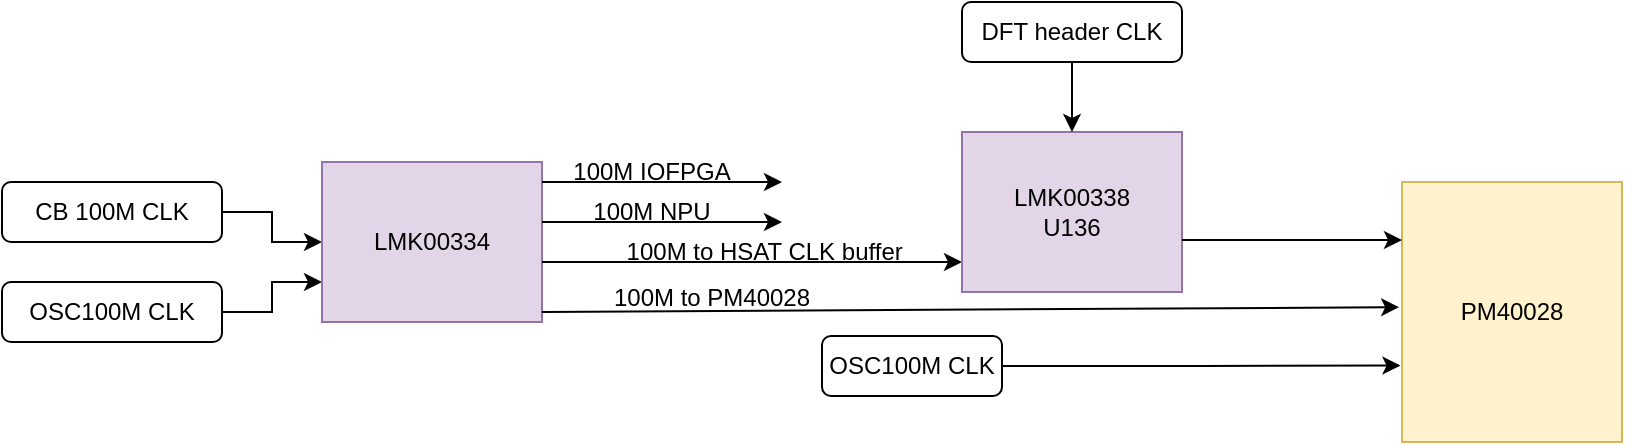
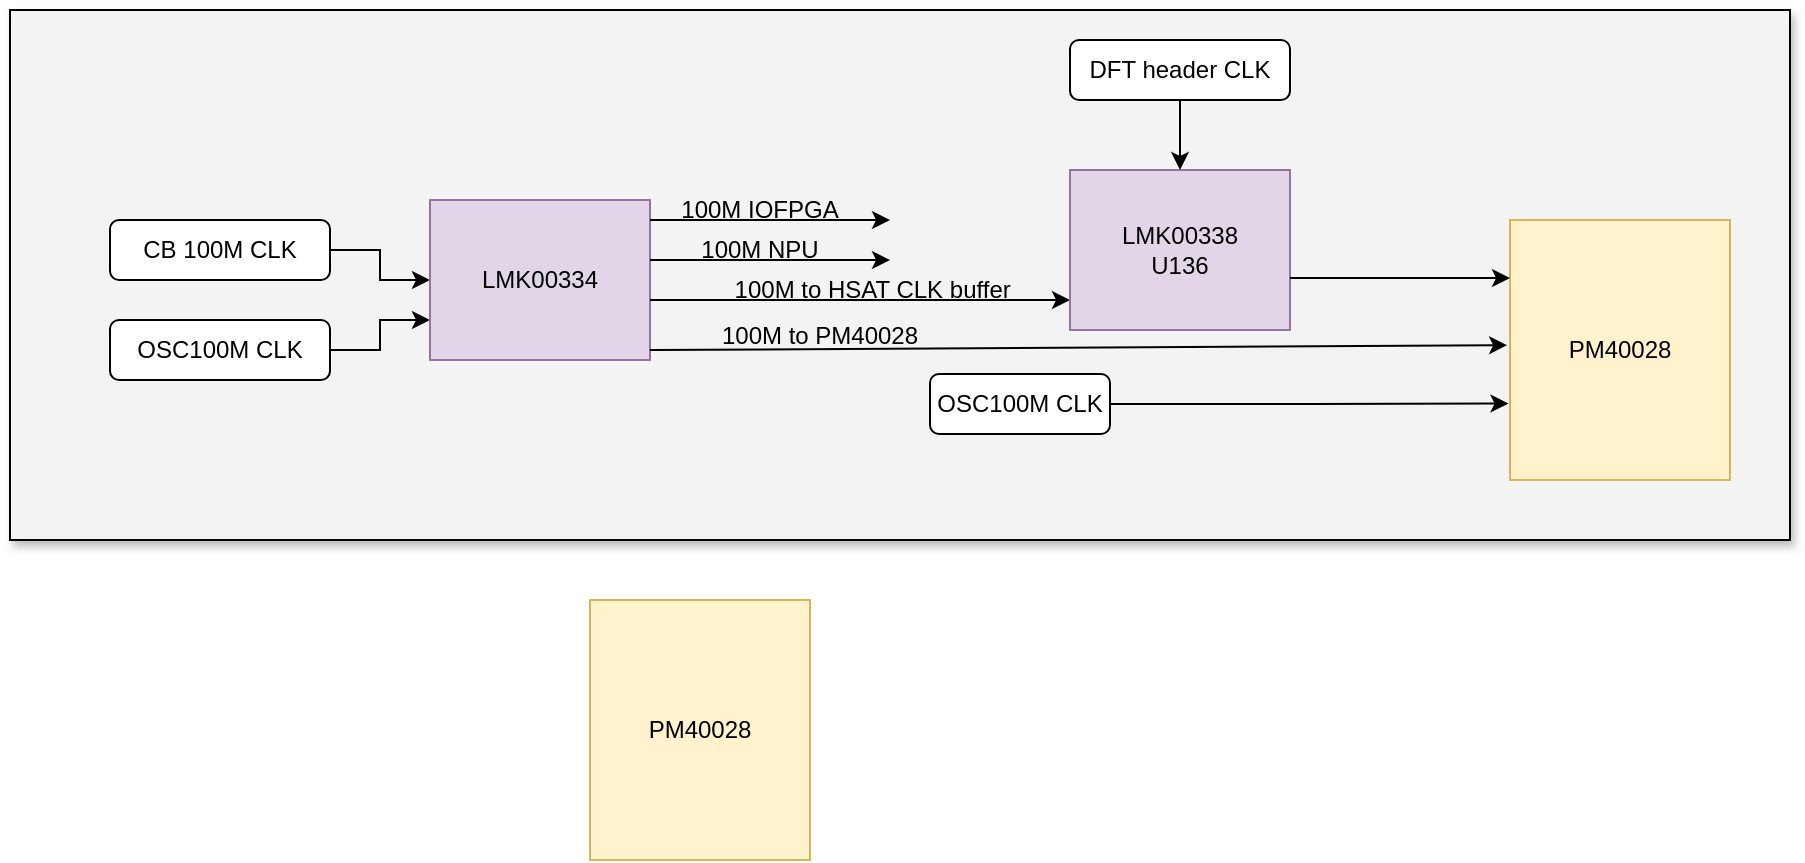
<mxfile host="app.diagrams.net">
  <diagram name="Page-1" id="cJ1i2ZrDSGZ8loSRIs3i">
    <mxGraphModel dx="1005" dy="500" grid="1" gridSize="10" guides="1" tooltips="1" connect="1" arrows="1" fold="1" page="1" pageScale="1" pageWidth="850" pageHeight="1100" math="0" shadow="0">
      <root>
        <mxCell id="0" />
        <mxCell id="1" parent="0" />
+         <mxCell id="sCWqNb8X9fbYyOMFXr9O-35" parent="1" style="rounded=0;whiteSpace=wrap;html=1;shadow=1;fillColor=#F3F3F3;" value="" vertex="1">
+           <mxGeometry height="265" width="890" x="150" y="95" as="geometry" />
+         </mxCell>
        <mxCell id="sCWqNb8X9fbYyOMFXr9O-10" edge="1" parent="1" source="sCWqNb8X9fbYyOMFXr9O-2" style="edgeStyle=orthogonalEdgeStyle;rounded=0;orthogonalLoop=1;jettySize=auto;html=1;exitX=1;exitY=0.5;exitDx=0;exitDy=0;" target="sCWqNb8X9fbYyOMFXr9O-5">
          <mxGeometry relative="1" as="geometry" />
        </mxCell>
        <mxCell id="sCWqNb8X9fbYyOMFXr9O-2" parent="1" style="rounded=1;whiteSpace=wrap;html=1;" value="CB 100M CLK" vertex="1">
          <mxGeometry height="30" width="110" x="200" y="200" as="geometry" />
        </mxCell>
        <mxCell id="sCWqNb8X9fbYyOMFXr9O-9" edge="1" parent="1" source="sCWqNb8X9fbYyOMFXr9O-3" style="edgeStyle=orthogonalEdgeStyle;rounded=0;orthogonalLoop=1;jettySize=auto;html=1;exitX=1;exitY=0.5;exitDx=0;exitDy=0;entryX=0;entryY=0.75;entryDx=0;entryDy=0;" target="sCWqNb8X9fbYyOMFXr9O-5">
          <mxGeometry relative="1" as="geometry" />
        </mxCell>
        <mxCell id="sCWqNb8X9fbYyOMFXr9O-3" parent="1" style="rounded=1;whiteSpace=wrap;html=1;" value="OSC100M CLK" vertex="1">
          <mxGeometry height="30" width="110" x="200" y="250" as="geometry" />
        </mxCell>
        <mxCell id="sCWqNb8X9fbYyOMFXr9O-5" parent="1" style="rounded=0;whiteSpace=wrap;html=1;fillColor=#e1d5e7;strokeColor=#9673a6;" value="&lt;span style=&quot;text-align: left;&quot;&gt;LMK00334&lt;/span&gt;" vertex="1">
          <mxGeometry height="80" width="110" x="360" y="190" as="geometry" />
        </mxCell>
        <mxCell id="sCWqNb8X9fbYyOMFXr9O-11" edge="1" parent="1" style="endArrow=classic;html=1;rounded=0;" value="">
          <mxGeometry height="50" relative="1" width="50" as="geometry">
            <mxPoint x="470" y="200" as="sourcePoint" />
            <mxPoint x="590" y="200" as="targetPoint" />
          </mxGeometry>
        </mxCell>
        <mxCell id="sCWqNb8X9fbYyOMFXr9O-12" parent="1" style="text;html=1;whiteSpace=wrap;strokeColor=none;fillColor=none;align=center;verticalAlign=middle;rounded=0;" value="100M IOFPGA" vertex="1">
          <mxGeometry height="30" width="100" x="475" y="180" as="geometry" />
        </mxCell>
        <mxCell id="sCWqNb8X9fbYyOMFXr9O-13" edge="1" parent="1" style="endArrow=classic;html=1;rounded=0;" value="">
          <mxGeometry height="50" relative="1" width="50" as="geometry">
            <mxPoint x="470" y="220" as="sourcePoint" />
            <mxPoint x="590" y="220" as="targetPoint" />
          </mxGeometry>
        </mxCell>
        <mxCell id="sCWqNb8X9fbYyOMFXr9O-14" parent="1" style="text;html=1;whiteSpace=wrap;strokeColor=none;fillColor=none;align=center;verticalAlign=middle;rounded=0;" value="100M NPU" vertex="1">
          <mxGeometry height="30" width="200" x="425" y="200" as="geometry" />
        </mxCell>
        <mxCell id="sCWqNb8X9fbYyOMFXr9O-17" edge="1" parent="1" style="endArrow=classic;html=1;rounded=0;" value="">
          <mxGeometry height="50" relative="1" width="50" as="geometry">
            <mxPoint x="470" y="240" as="sourcePoint" />
            <mxPoint x="680" y="240" as="targetPoint" />
          </mxGeometry>
        </mxCell>
        <mxCell id="sCWqNb8X9fbYyOMFXr9O-18" parent="1" style="text;html=1;whiteSpace=wrap;strokeColor=none;fillColor=none;align=center;verticalAlign=middle;rounded=0;" value="100M to HSAT CLK buffer&amp;nbsp;" vertex="1">
          <mxGeometry height="30" width="230" x="468" y="220" as="geometry" />
        </mxCell>
        <mxCell id="sCWqNb8X9fbYyOMFXr9O-21" parent="1" style="text;html=1;whiteSpace=wrap;strokeColor=none;fillColor=none;align=center;verticalAlign=middle;rounded=0;" value="100M to PM40028" vertex="1">
          <mxGeometry height="30" width="230" x="440" y="243" as="geometry" />
        </mxCell>
        <mxCell id="sCWqNb8X9fbYyOMFXr9O-23" parent="1" style="rounded=1;whiteSpace=wrap;html=1;" value="OSC100M CLK" vertex="1">
          <mxGeometry height="30" width="90" x="610" y="277" as="geometry" />
        </mxCell>
        <mxCell id="sCWqNb8X9fbYyOMFXr9O-24" parent="1" style="rounded=0;whiteSpace=wrap;html=1;fillColor=#fff2cc;strokeColor=#d6b656;" value="&lt;span style=&quot;text-align: left;&quot;&gt;PM40028&lt;/span&gt;" vertex="1">
          <mxGeometry height="130" width="110" x="900" y="200" as="geometry" />
        </mxCell>
        <mxCell id="sCWqNb8X9fbYyOMFXr9O-25" edge="1" parent="1" source="sCWqNb8X9fbYyOMFXr9O-23" style="edgeStyle=orthogonalEdgeStyle;rounded=0;orthogonalLoop=1;jettySize=auto;html=1;exitX=1;exitY=0.5;exitDx=0;exitDy=0;entryX=-0.007;entryY=0.706;entryDx=0;entryDy=0;entryPerimeter=0;" target="sCWqNb8X9fbYyOMFXr9O-24">
          <mxGeometry relative="1" as="geometry" />
        </mxCell>
        <mxCell id="sCWqNb8X9fbYyOMFXr9O-28" parent="1" style="rounded=0;whiteSpace=wrap;html=1;fillColor=#e1d5e7;strokeColor=#9673a6;" value="&lt;span style=&quot;text-align: left;&quot;&gt;LMK00338&lt;/span&gt;&lt;div&gt;&lt;span style=&quot;text-align: left;&quot;&gt;U136&lt;/span&gt;&lt;/div&gt;" vertex="1">
          <mxGeometry height="80" width="110" x="680" y="175" as="geometry" />
        </mxCell>
        <mxCell id="sCWqNb8X9fbYyOMFXr9O-30" edge="1" parent="1" style="endArrow=classic;html=1;rounded=0;exitX=0.13;exitY=0.667;exitDx=0;exitDy=0;exitPerimeter=0;entryX=-0.013;entryY=0.443;entryDx=0;entryDy=0;entryPerimeter=0;" value="">
          <mxGeometry height="50" relative="1" width="50" as="geometry">
            <mxPoint x="469.9000000000001" y="265.01" as="sourcePoint" />
            <mxPoint x="898.5699999999999" y="262.59000000000003" as="targetPoint" />
          </mxGeometry>
        </mxCell>
        <mxCell id="sCWqNb8X9fbYyOMFXr9O-31" edge="1" parent="1" style="endArrow=classic;html=1;rounded=0;" value="">
          <mxGeometry height="50" relative="1" width="50" as="geometry">
            <mxPoint x="790" y="229" as="sourcePoint" />
            <mxPoint x="900" y="229" as="targetPoint" />
          </mxGeometry>
        </mxCell>
        <mxCell id="sCWqNb8X9fbYyOMFXr9O-33" edge="1" parent="1" source="sCWqNb8X9fbYyOMFXr9O-32" style="edgeStyle=orthogonalEdgeStyle;rounded=0;orthogonalLoop=1;jettySize=auto;html=1;exitX=0.5;exitY=1;exitDx=0;exitDy=0;entryX=0.5;entryY=0;entryDx=0;entryDy=0;" target="sCWqNb8X9fbYyOMFXr9O-28">
          <mxGeometry relative="1" as="geometry" />
        </mxCell>
        <mxCell id="sCWqNb8X9fbYyOMFXr9O-32" parent="1" style="rounded=1;whiteSpace=wrap;html=1;" value="DFT header CLK" vertex="1">
          <mxGeometry height="30" width="110" x="680" y="110" as="geometry" />
        </mxCell>
+         <mxCell id="sCWqNb8X9fbYyOMFXr9O-34" parent="1" style="rounded=0;whiteSpace=wrap;html=1;fillColor=#fff2cc;strokeColor=#d6b656;" value="&lt;span style=&quot;text-align: left;&quot;&gt;PM40028&lt;/span&gt;" vertex="1">
+           <mxGeometry height="130" width="110" x="440" y="390" as="geometry" />
+         </mxCell>
      </root>
    </mxGraphModel>
  </diagram>
</mxfile>
